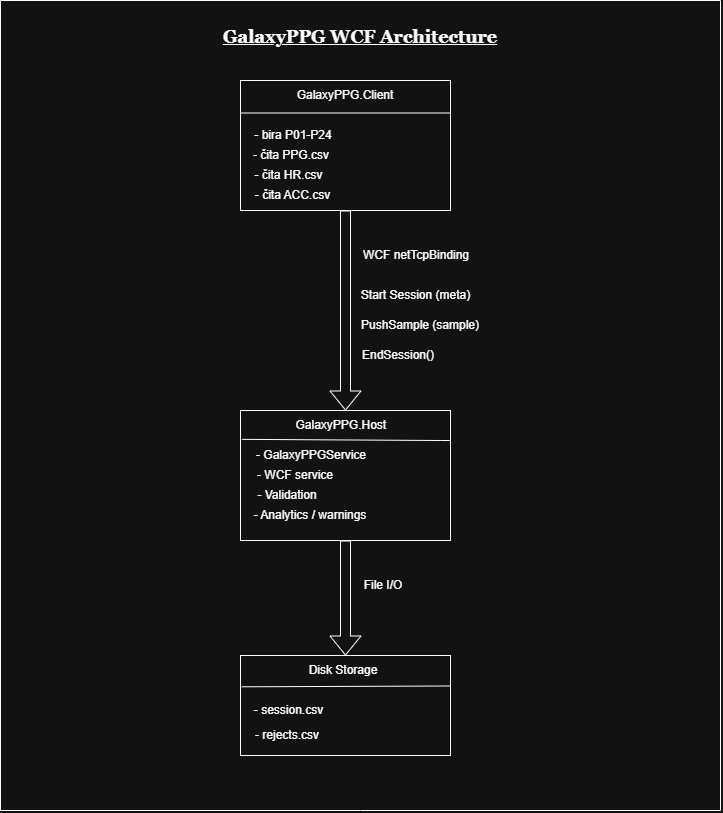
Above: arhitektura.drawio.png in Zeechev/VP_Projekat (draw.io), before the change. Source tidied: cells renumbered, new cells last; positions are measured from the earlier drawing's top-left corner, leaving out a move shared by most shapes.
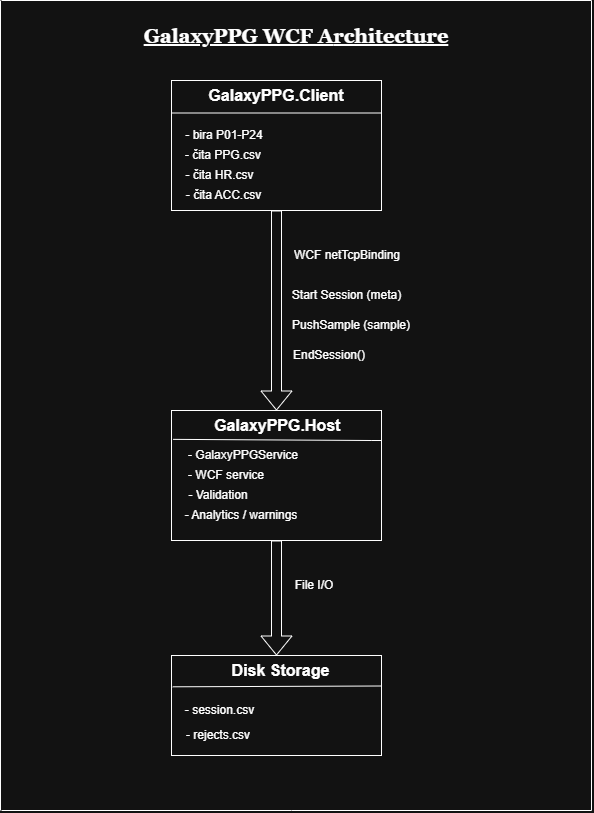
The same diagram one commit later.

Commit message:
Azurirana skica/arhitektura u README

The edit, as a diff of the source:
```diff
@@ -23,7 +23,7 @@
     <mxCell id="8" value="EndSession()" style="text;html=1;whiteSpace=wrap;strokeColor=none;fillColor=none;align=center;verticalAlign=middle;rounded=0;" parent="1" vertex="1">
       <mxGeometry x="353" y="340" width="90" height="30" as="geometry" />
     </mxCell>
-    <mxCell id="9" value="GalaxyPPG.Client" style="text;html=1;whiteSpace=wrap;strokeColor=none;fillColor=none;align=center;verticalAlign=middle;rounded=0;" parent="1" vertex="1">
+    <mxCell id="9" value="&lt;b&gt;&lt;font style=&quot;font-size: 16px;&quot;&gt;GalaxyPPG.Client&lt;/font&gt;&lt;/b&gt;" style="text;html=1;whiteSpace=wrap;strokeColor=none;fillColor=none;align=center;verticalAlign=middle;rounded=0;" parent="1" vertex="1">
       <mxGeometry x="270" y="80" width="150" height="30" as="geometry" />
     </mxCell>
     <mxCell id="10" style="shape=flexArrow;endArrow=classic;html=1;rounded=0;exitX=0.5;exitY=1;exitDx=0;exitDy=0;entryX=0.5;entryY=0;entryDx=0;entryDy=0;" parent="1" edge="1" source="2" target="3">
@@ -37,33 +37,33 @@
     </mxCell>
     <mxCell id="13" style="endArrow=none;html=1;rounded=0;" parent="1" edge="1">
       <mxGeometry relative="1" as="geometry">
-        <mxPoint as="sourcePoint" />
-        <mxPoint y="810" as="targetPoint" />
+        <mxPoint x="69" as="sourcePoint" />
+        <mxPoint x="69" y="810" as="targetPoint" />
       </mxGeometry>
     </mxCell>
     <mxCell id="14" style="endArrow=none;html=1;rounded=0;" parent="1" edge="1">
       <mxGeometry relative="1" as="geometry">
-        <mxPoint as="sourcePoint" />
-        <mxPoint x="720" as="targetPoint" />
+        <mxPoint x="70" as="sourcePoint" />
+        <mxPoint x="660" as="targetPoint" />
       </mxGeometry>
     </mxCell>
     <mxCell id="15" style="endArrow=none;html=1;rounded=0;" parent="1" edge="1">
       <mxGeometry relative="1" as="geometry">
-        <mxPoint x="720" as="sourcePoint" />
-        <mxPoint x="720" y="810" as="targetPoint" />
+        <mxPoint x="660" as="sourcePoint" />
+        <mxPoint x="660" y="810" as="targetPoint" />
       </mxGeometry>
     </mxCell>
     <mxCell id="16" style="endArrow=none;html=1;rounded=0;" parent="1" edge="1">
       <mxGeometry relative="1" as="geometry">
-        <mxPoint y="810" as="sourcePoint" />
-        <mxPoint x="720" y="810" as="targetPoint" />
+        <mxPoint x="70" y="810" as="sourcePoint" />
+        <mxPoint x="660" y="810" as="targetPoint" />
         <Array as="points">
           <mxPoint x="360" y="810" />
         </Array>
       </mxGeometry>
     </mxCell>
-    <mxCell id="17" value="GalaxyPPG.Host&amp;nbsp;" style="text;html=1;whiteSpace=wrap;strokeColor=none;fillColor=none;align=center;verticalAlign=middle;rounded=0;" parent="1" vertex="1">
-      <mxGeometry x="270" y="410" width="145" height="30" as="geometry" />
+    <mxCell id="17" value="&lt;font style=&quot;font-size: 16px;&quot;&gt;&lt;b style=&quot;&quot;&gt;GalaxyPPG.Host&amp;nbsp;&lt;/b&gt;&lt;/font&gt;" style="text;html=1;whiteSpace=wrap;strokeColor=none;fillColor=none;align=center;verticalAlign=middle;rounded=0;" parent="1" vertex="1">
+      <mxGeometry x="276.2" y="410" width="145" height="30" as="geometry" />
     </mxCell>
     <mxCell id="18" style="endArrow=none;html=1;rounded=0;exitX=0.008;exitY=0.222;exitDx=0;exitDy=0;exitPerimeter=0;" parent="1" edge="1" source="3">
       <mxGeometry relative="1" as="geometry">
@@ -77,8 +77,8 @@
     <mxCell id="19" style="endArrow=none;html=1;rounded=0;entryX=0.998;entryY=0.305;entryDx=0;entryDy=0;entryPerimeter=0;exitX=0.006;exitY=0.313;exitDx=0;exitDy=0;exitPerimeter=0;" parent="1" edge="1" source="4" target="4">
       <mxGeometry relative="1" as="geometry" />
     </mxCell>
-    <mxCell id="20" value="Disk Storage" style="text;html=1;whiteSpace=wrap;strokeColor=none;fillColor=none;align=center;verticalAlign=middle;rounded=0;" parent="1" vertex="1">
-      <mxGeometry x="297.5" y="655" width="90" height="30" as="geometry" />
+    <mxCell id="20" value="&lt;font style=&quot;font-size: 16px;&quot;&gt;&lt;b style=&quot;&quot;&gt;Disk Storage&lt;/b&gt;&lt;/font&gt;" style="text;html=1;whiteSpace=wrap;strokeColor=none;fillColor=none;align=center;verticalAlign=middle;rounded=0;" parent="1" vertex="1">
+      <mxGeometry x="297.5" y="655" width="102.5" height="30" as="geometry" />
     </mxCell>
     <mxCell id="21" value="- session.csv" style="text;html=1;whiteSpace=wrap;strokeColor=none;fillColor=none;align=center;verticalAlign=middle;rounded=0;" parent="1" vertex="1">
       <mxGeometry x="251.2" y="695" width="74.5" height="30" as="geometry" />
@@ -110,8 +110,8 @@
     <mxCell id="30" value="- Validation" style="text;html=1;whiteSpace=wrap;strokeColor=none;fillColor=none;align=center;verticalAlign=middle;rounded=0;" parent="1" vertex="1">
       <mxGeometry x="253.5" y="480" width="65.5" height="30" as="geometry" />
     </mxCell>
-    <mxCell id="31" value="&lt;font style=&quot;font-size: 18px;&quot; face=&quot;Georgia&quot;&gt;&lt;u&gt;&lt;font style=&quot;&quot;&gt;GalaxyPPG WCF A&lt;/font&gt;rchitecture&lt;/u&gt;&lt;/font&gt;" style="text;html=1;whiteSpace=wrap;strokeColor=none;fillColor=none;align=center;verticalAlign=bottom;rounded=0;fontStyle=1;" parent="1" vertex="1">
-      <mxGeometry x="220" y="20" width="280" height="30" as="geometry" />
+    <mxCell id="31" value="&lt;font style=&quot;font-size: 20px;&quot; face=&quot;Georgia&quot;&gt;&lt;u style=&quot;&quot;&gt;&lt;font style=&quot;&quot;&gt;GalaxyPPG WCF A&lt;/font&gt;rchitecture&lt;/u&gt;&lt;/font&gt;" style="text;html=1;whiteSpace=wrap;strokeColor=none;fillColor=none;align=center;verticalAlign=bottom;rounded=0;fontStyle=1;" parent="1" vertex="1">
+      <mxGeometry x="210" y="20" width="310" height="30" as="geometry" />
     </mxCell>
     <mxCell id="32" value="- Analytics / warnings" style="text;html=1;whiteSpace=wrap;strokeColor=none;fillColor=none;align=center;verticalAlign=middle;rounded=0;" parent="1" vertex="1">
       <mxGeometry x="249.5" y="500" width="120" height="30" as="geometry" />
```
